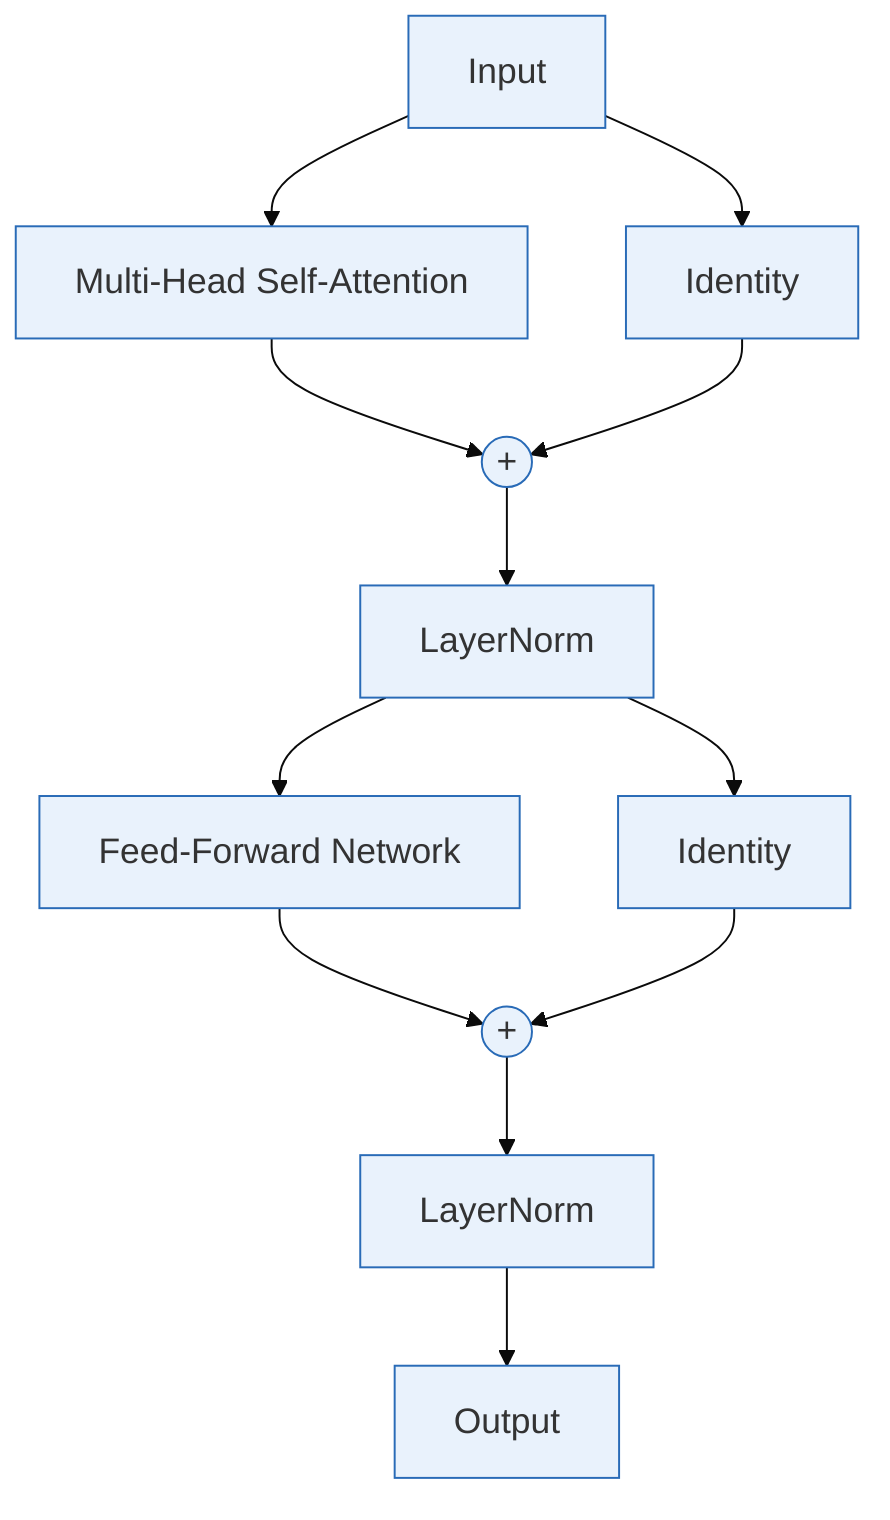
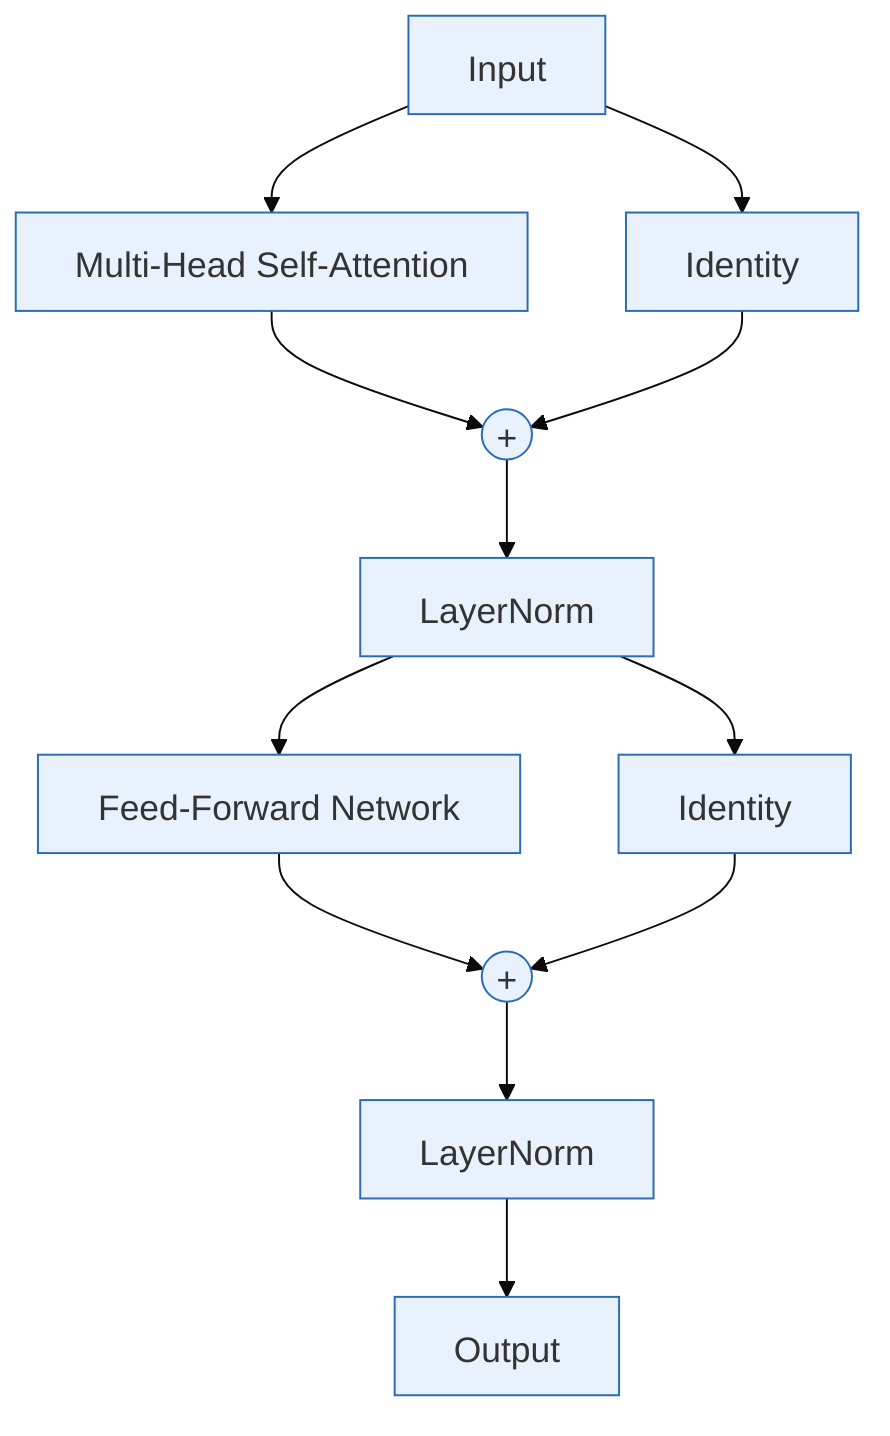
---
config:
  theme: base
+   htmlLabels: false
+   fontFamily: "Arial, Microsoft YaHei, sans-serif"
  themeVariables:
    fontSize: "18px"
    primaryColor: "#e9f2fc"
    primaryBorderColor: "#296bb7"
-     secondaryBorderColor: "#296bb7"
+     primaryTextColor: "#333333"
+     lineColor: "#0b0b0b"
+ 
  flowchart:
    wrappingWidth: 250
+ 
+   themeCSS: |
+     .node text,
+     .nodeLabel,
+     .label text {
+       font-weight: 400;
+       font-style: normal;
+     }
+     .node rect,
+     .flowchart-link {
+       stroke-width: 1px;
+     }
---

flowchart TD
-   X[Input]
+     X[Input]

-   X --> MHA[Multi-Head Self-Attention]
-   X --> Skip1[Identity]
+     X --> MHA[Multi-Head Self-Attention]
+     X --> Skip1[Identity]

-   MHA --> Add1((+))
-   Skip1 --> Add1
+     MHA --> Add1((+))
+     Skip1 --> Add1

-   Add1 --> LN1[LayerNorm]
+     Add1 --> LN1[LayerNorm]

-   LN1 --> FFN[Feed-Forward Network]
-   LN1 --> Skip2[Identity]
+     LN1 --> FFN[Feed-Forward Network]
+     LN1 --> Skip2[Identity]

-   FFN --> Add2((+))
-   Skip2 --> Add2
+     FFN --> Add2((+))
+     Skip2 --> Add2

-   Add2 --> LN2[LayerNorm]
-   LN2 --> Y[Output]
+     Add2 --> LN2[LayerNorm]
+     LN2 --> Y[Output]
